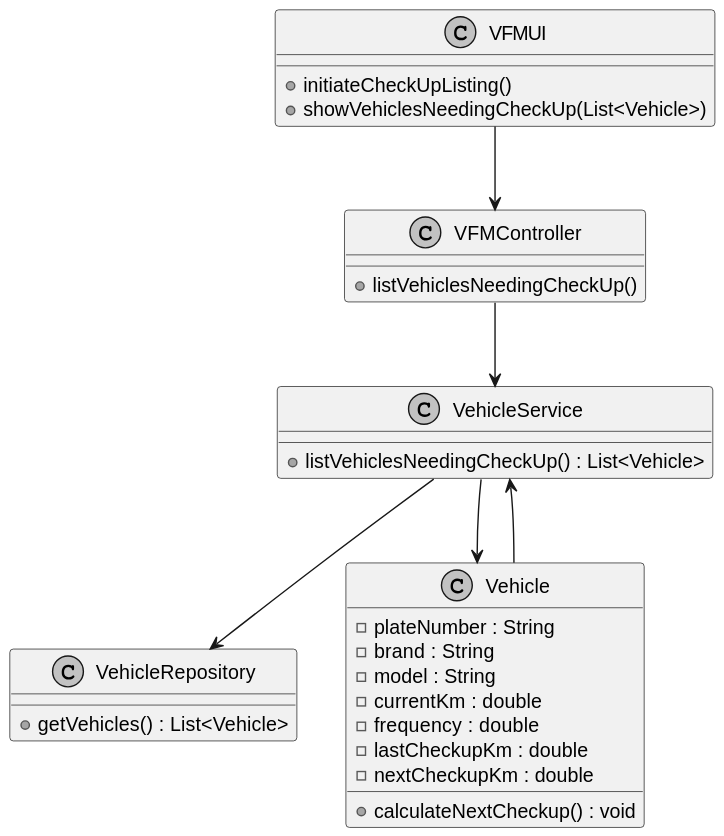
This is docs/sprintB/us008/03.design/svg/us08-class-diagram.svg from Mendoncaa/LAPR2, a PlantUML export, as it was before one commit.
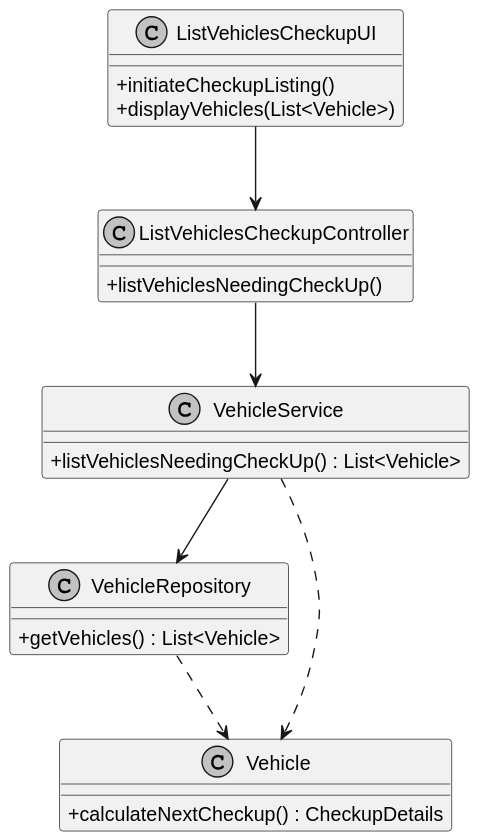
Later version of the same file.

The edit, as a diff of the source:
```diff
@@ -1,15 +1,15 @@
 @startuml
 skinparam monochrome true
-skinparam packageStyle rectangle
-skinparam shadowing false
+skinparam classAttributeIconSize 0
 
 
-class VFMUI {
-    + initiateCheckUpListing()
-    + showVehiclesNeedingCheckUp(List<Vehicle>)
+
+class ListVehiclesCheckupUI {
+    + initiateCheckupListing()
+    + displayVehicles(List<Vehicle>)
 }
 
-class VFMController {
+class ListVehiclesCheckupController {
     + listVehiclesNeedingCheckUp()
 }
 
@@ -22,20 +22,13 @@
 }
 
 class Vehicle {
-    - plateNumber : String
-    - brand : String
-    - model : String
-    - currentKm : double
-    - frequency : double
-    - lastCheckupKm : double
-    - nextCheckupKm : double
-
-    + calculateNextCheckup() : void
+    + calculateNextCheckup() : CheckupDetails
 }
 
-VFMUI --> VFMController
-VFMController --> VehicleService
+
+ListVehiclesCheckupUI --> ListVehiclesCheckupController
+ListVehiclesCheckupController --> VehicleService
 VehicleService --> VehicleRepository
-VehicleService --> Vehicle
-Vehicle --> VehicleService
+VehicleRepository ..> Vehicle
+VehicleService ..> Vehicle
 @enduml
```
